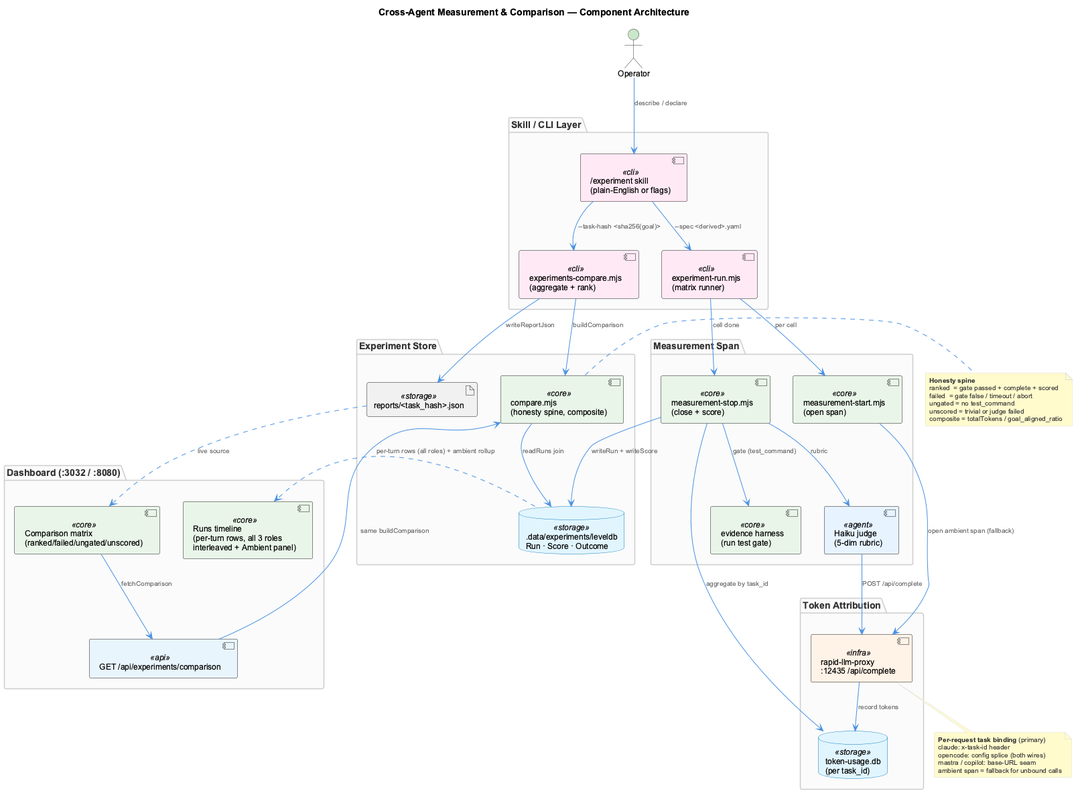
This is docs/images/experiment-measurement-architecture.png from fwornle/coding, a PlantUML export, as it was before one commit.
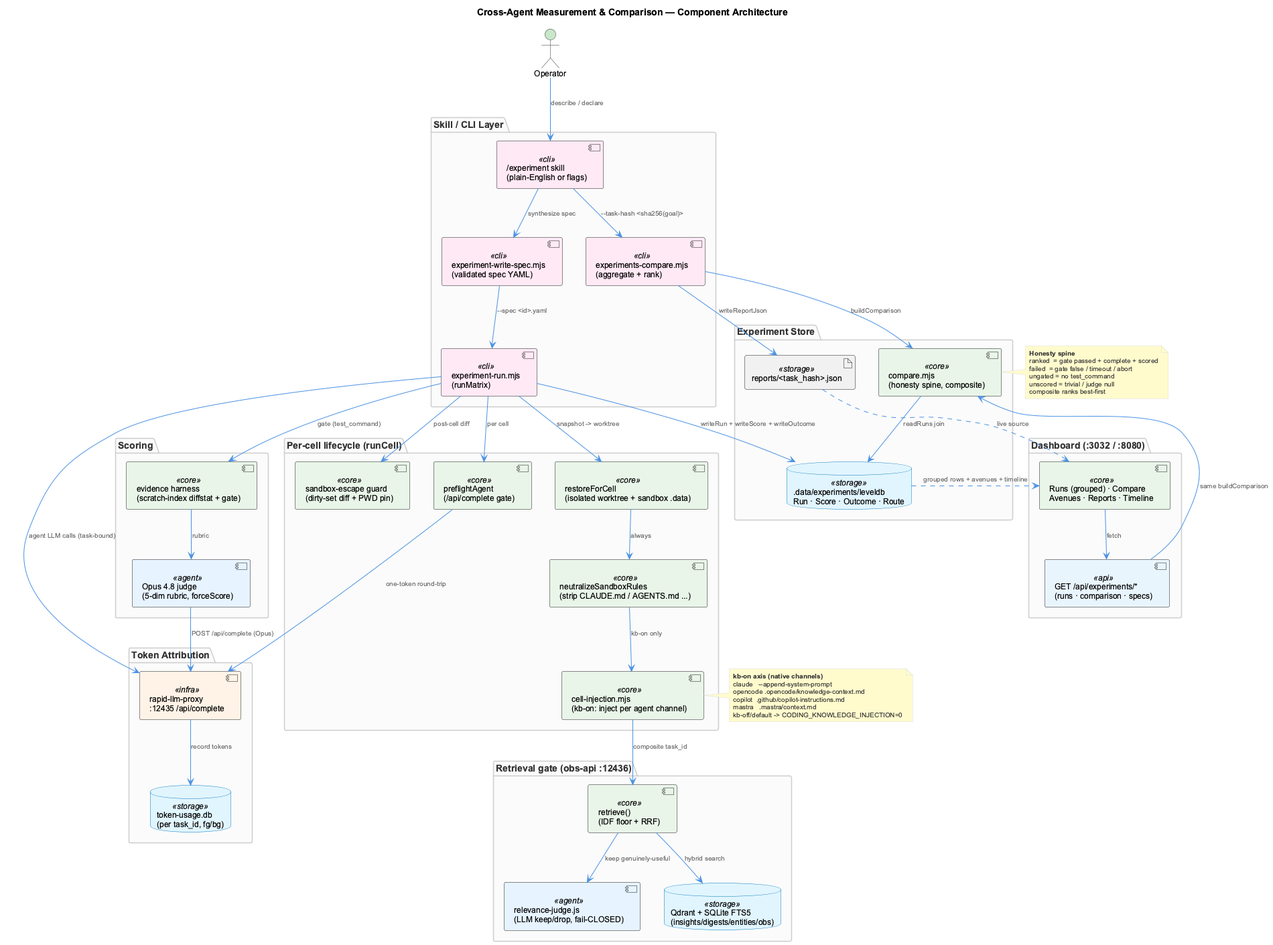
The same diagram one commit later.

Diff of the diagram source:
```diff
@@ -8,60 +8,80 @@
 
 package "Skill / CLI Layer" as cli_layer {
   component "/experiment skill\n(plain-English or flags)" as skill <<cli>>
-  component "experiment-run.mjs\n(matrix runner)" as runner <<cli>>
+  component "experiment-write-spec.mjs\n(validated spec YAML)" as writer <<cli>>
+  component "experiment-run.mjs\n(runMatrix)" as runner <<cli>>
   component "experiments-compare.mjs\n(aggregate + rank)" as compare_cli <<cli>>
 }
 
-package "Measurement Span" as span_layer {
-  component "measurement-start.mjs\n(open span)" as mstart <<core>>
-  component "measurement-stop.mjs\n(close + score)" as mstop <<core>>
-  component "evidence harness\n(run test gate)" as evidence <<core>>
-  component "Haiku judge\n(5-dim rubric)" as judge <<agent>>
+package "Per-cell lifecycle (runCell)" as cell_layer {
+  component "preflightAgent\n(/api/complete gate)" as preflight <<core>>
+  component "restoreForCell\n(isolated worktree + sandbox .data)" as restore <<core>>
+  component "neutralizeSandboxRules\n(strip CLAUDE.md / AGENTS.md ...)" as strip <<core>>
+  component "cell-injection.mjs\n(kb-on: inject per agent channel)" as inject <<core>>
+  component "sandbox-escape guard\n(dirty-set diff + PWD pin)" as escape <<core>>
+}
+
+package "Scoring" as score_layer {
+  component "evidence harness\n(scratch-index diffstat + gate)" as evidence <<core>>
+  component "Opus 4.8 judge\n(5-dim rubric, forceScore)" as judge <<agent>>
+}
+
+package "Retrieval gate (obs-api :12436)" as retr_layer {
+  component "retrieve()\n(IDF floor + RRF)" as retrieve <<core>>
+  component "relevance-judge.js\n(LLM keep/drop, fail-CLOSED)" as rjudge <<agent>>
+  database "Qdrant + SQLite FTS5\n(insights/digests/entities/obs)" as vecdb <<storage>>
 }
 
 package "Token Attribution" as token_layer {
   component "rapid-llm-proxy\n:12435 /api/complete" as proxy <<infra>>
-  database "token-usage.db\n(per task_id)" as tokendb <<storage>>
+  database "token-usage.db\n(per task_id, fg/bg)" as tokendb <<storage>>
 }
 
 package "Experiment Store" as store_layer {
-  database ".data/experiments/leveldb\nRun · Score · Outcome" as store <<storage>>
+  database ".data/experiments/leveldb\nRun · Score · Outcome · Route" as store <<storage>>
   component "compare.mjs\n(honesty spine, composite)" as compare_lib <<core>>
   artifact "reports/<task_hash>.json" as report <<storage>>
 }
 
 package "Dashboard (:3032 / :8080)" as ui_layer {
-  component "GET /api/experiments/comparison" as api <<api>>
-  component "Comparison matrix\n(ranked/failed/ungated/unscored)" as matrix <<core>>
-  component "Runs timeline\n(per-turn rows, all 3 roles\ninterleaved + Ambient panel)" as timeline <<core>>
+  component "GET /api/experiments/*\n(runs · comparison · specs)" as api <<api>>
+  component "Runs (grouped) · Compare\nAvenues · Reports · Timeline" as views <<core>>
 }
 
 op --> skill : describe / declare
-skill --> runner : --spec <derived>.yaml
-runner --> mstart : per cell
-mstart --> proxy : open ambient span (fallback)
+skill --> writer : synthesize spec
+writer --> runner : --spec <id>.yaml
+runner --> preflight : per cell
+preflight --> proxy : one-token round-trip
+runner --> restore : snapshot -> worktree
+restore --> strip : always
+strip --> inject : kb-on only
+inject --> retrieve : composite task_id
+retrieve --> vecdb : hybrid search
+retrieve --> rjudge : keep genuinely-useful
+runner --> escape : post-cell diff
+runner --> proxy : agent LLM calls (task-bound)
 proxy --> tokendb : record tokens
-runner --> mstop : cell done
-mstop --> evidence : gate (test_command)
-mstop --> judge : rubric
-judge --> proxy : POST /api/complete
-mstop --> tokendb : aggregate by task_id
-mstop --> store : writeRun + writeScore
+runner --> evidence : gate (test_command)
+evidence --> judge : rubric
+judge --> proxy : POST /api/complete (Opus)
+runner --> store : writeRun + writeScore + writeOutcome
 skill --> compare_cli : --task-hash <sha256(goal)>
 compare_cli --> compare_lib : buildComparison
 compare_lib --> store : readRuns join
 compare_cli --> report : writeReportJson
 api --> compare_lib : same buildComparison
-matrix --> api : fetchComparison
-report ..> matrix : live source
-store ..> timeline : per-turn rows (all roles) + ambient rollup
+views --> api : fetch
+report ..> views : live source
+store ..> views : grouped rows + avenues + timeline
 
-note bottom of proxy
-  **Per-request task binding** (primary)
-  claude: x-task-id header
-  opencode: config splice (both wires)
-  mastra / copilot: base-URL seam
-  ambient span = fallback for unbound calls
+note right of inject
+  **kb-on axis (native channels)**
+  claude   --append-system-prompt
+  opencode .opencode/knowledge-context.md
+  copilot  .github/copilot-instructions.md
+  mastra   .mastra/context.md
+  kb-off/default -> CODING_KNOWLEDGE_INJECTION=0
 end note
 
 note right of compare_lib
@@ -69,8 +89,8 @@
   ranked  = gate passed + complete + scored
   failed  = gate false / timeout / abort
   ungated = no test_command
-  unscored = trivial or judge failed
-  composite = totalTokens / goal_aligned_ratio
+  unscored = trivial / judge null
+  composite ranks best-first
 end note
 
 @enduml
```
